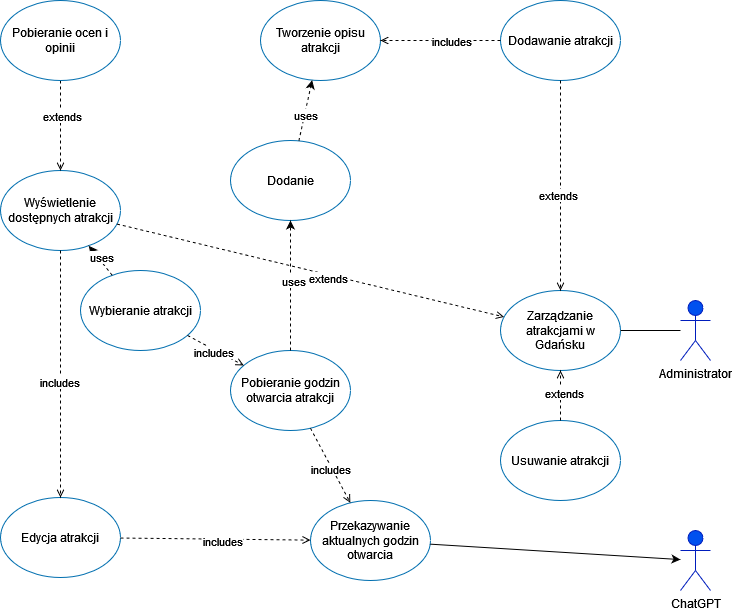
EngineerDiplomaTeam/city-map-planner keeps this draw.io diagram as Documentation/attachments/admin.png. Above is the earlier version. Source tidied: cells renumbered, new cells last; positions are measured from the earlier drawing's top-left corner, leaving out a move shared by most shapes.
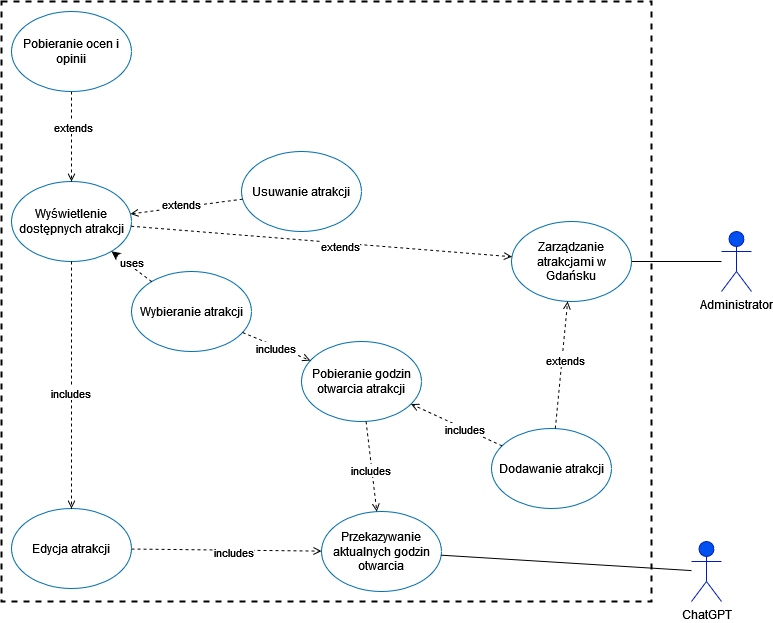
Above is the later version.

The edit, as a diff of the source:
```diff
@@ -3,10 +3,10 @@
     <mxCell id="0" />
     <mxCell id="1" parent="0" />
     <mxCell id="2" value="Administrator" style="shape=umlActor;verticalLabelPosition=bottom;verticalAlign=top;html=1;outlineConnect=0;fillColor=#0050ef;fontColor=#000000;strokeColor=#001DBC;" parent="1" vertex="1">
-      <mxGeometry x="680" y="300" width="30" height="60" as="geometry" />
+      <mxGeometry x="710" y="220" width="30" height="60" as="geometry" />
     </mxCell>
     <mxCell id="3" value="&lt;font color=&quot;#000000&quot;&gt;Zarządzanie atrakcjami w Gdańsku&lt;/font&gt;" style="ellipse;whiteSpace=wrap;html=1;fillColor=none;fontColor=default;strokeColor=#006EAF;labelBackgroundColor=none;labelBorderColor=none;labelPosition=center;verticalLabelPosition=middle;align=center;verticalAlign=middle;" parent="1" vertex="1">
-      <mxGeometry x="500" y="290" width="120" height="80" as="geometry" />
+      <mxGeometry x="500" y="210" width="120" height="80" as="geometry" />
     </mxCell>
     <mxCell id="4" style="endArrow=none;html=1;rounded=0;strokeColor=#000000;endFill=0;" parent="1" edge="1" source="2" target="3">
       <mxGeometry relative="1" as="geometry" />
@@ -23,18 +23,18 @@
       </mxGeometry>
     </mxCell>
     <mxCell id="8" value="&lt;font color=&quot;#000000&quot;&gt;Pobieranie godzin otwarcia atrakcji&lt;br&gt;&lt;/font&gt;" style="ellipse;whiteSpace=wrap;html=1;fillColor=none;fontColor=default;strokeColor=#006EAF;labelBackgroundColor=none;labelBorderColor=none;labelPosition=center;verticalLabelPosition=middle;align=center;verticalAlign=middle;" parent="1" vertex="1">
-      <mxGeometry x="230" y="350" width="120" height="80" as="geometry" />
+      <mxGeometry x="290" y="330" width="120" height="80" as="geometry" />
     </mxCell>
     <mxCell id="9" value="&lt;font color=&quot;#000000&quot;&gt;Dodawanie atrakcji&lt;/font&gt;" style="ellipse;whiteSpace=wrap;html=1;fillColor=none;fontColor=default;strokeColor=#006EAF;labelBackgroundColor=none;labelBorderColor=none;labelPosition=center;verticalLabelPosition=middle;align=center;verticalAlign=middle;" parent="1" vertex="1">
-      <mxGeometry x="500" width="120" height="80" as="geometry" />
+      <mxGeometry x="480" y="417" width="120" height="80" as="geometry" />
     </mxCell>
     <mxCell id="10" value="&lt;font color=&quot;#000000&quot;&gt;Usuwanie atrakcji&lt;/font&gt;" style="ellipse;whiteSpace=wrap;html=1;fillColor=none;fontColor=default;strokeColor=#006EAF;labelBackgroundColor=none;labelBorderColor=none;labelPosition=center;verticalLabelPosition=middle;align=center;verticalAlign=middle;" parent="1" vertex="1">
-      <mxGeometry x="500" y="420" width="120" height="80" as="geometry" />
+      <mxGeometry x="230" y="140" width="120" height="80" as="geometry" />
     </mxCell>
     <mxCell id="11" value="&lt;font color=&quot;#000000&quot;&gt;Edycja atrakcji&lt;/font&gt;" style="ellipse;whiteSpace=wrap;html=1;fillColor=none;fontColor=default;strokeColor=#006EAF;labelBackgroundColor=none;labelBorderColor=none;labelPosition=center;verticalLabelPosition=middle;align=center;verticalAlign=middle;" parent="1" vertex="1">
       <mxGeometry y="497" width="120" height="80" as="geometry" />
     </mxCell>
-    <mxCell id="12" style="endArrow=open;html=1;rounded=0;strokeColor=#000000;endFill=0;dashed=1;" parent="1" edge="1" source="10" target="3">
+    <mxCell id="12" style="endArrow=open;html=1;rounded=0;strokeColor=#000000;endFill=0;dashed=1;" parent="1" edge="1" source="10" target="5">
       <mxGeometry relative="1" as="geometry" />
     </mxCell>
     <mxCell id="13" value="extends" style="edgeLabel;html=1;align=center;verticalAlign=middle;" parent="12" vertex="1">
@@ -56,7 +56,7 @@
       <mxGeometry width="120" height="80" as="geometry" />
     </mxCell>
     <mxCell id="19" value="&lt;font color=&quot;#000000&quot;&gt;Wybieranie atrakcji&lt;/font&gt;" style="ellipse;whiteSpace=wrap;html=1;fillColor=none;fontColor=default;strokeColor=#006EAF;labelBackgroundColor=none;labelBorderColor=none;labelPosition=center;verticalLabelPosition=middle;align=center;verticalAlign=middle;" parent="1" vertex="1">
-      <mxGeometry x="80" y="270" width="120" height="80" as="geometry" />
+      <mxGeometry x="120" y="260" width="120" height="80" as="geometry" />
     </mxCell>
     <mxCell id="20" style="endArrow=classic;html=1;rounded=0;strokeColor=#000000;endFill=1;dashed=1;" parent="1" edge="1" source="19" target="5">
       <mxGeometry relative="1" as="geometry" />
@@ -64,31 +64,13 @@
     <mxCell id="21" value="uses" style="edgeLabel;html=1;align=center;verticalAlign=middle;" parent="20" vertex="1">
       <mxGeometry x="0.12" y="-3" relative="1" as="geometry" />
     </mxCell>
-    <mxCell id="22" value="&lt;font color=&quot;#000000&quot;&gt;Tworzenie opisu atrakcji&lt;/font&gt;" style="ellipse;whiteSpace=wrap;html=1;fillColor=none;fontColor=default;strokeColor=#006EAF;labelBackgroundColor=none;labelBorderColor=none;labelPosition=center;verticalLabelPosition=middle;align=center;verticalAlign=middle;" parent="1" vertex="1">
-      <mxGeometry x="260" width="120" height="80" as="geometry" />
-    </mxCell>
-    <mxCell id="23" value="Dodanie" style="ellipse;whiteSpace=wrap;html=1;fillColor=none;fontColor=default;strokeColor=#006EAF;labelBackgroundColor=none;labelBorderColor=none;labelPosition=center;verticalLabelPosition=middle;align=center;verticalAlign=middle;" parent="1" vertex="1">
-      <mxGeometry x="230" y="140" width="120" height="80" as="geometry" />
-    </mxCell>
-    <mxCell id="24" style="endArrow=classic;html=1;rounded=0;strokeColor=#000000;endFill=1;dashed=1;" parent="1" edge="1" source="23" target="22">
-      <mxGeometry relative="1" as="geometry" />
-    </mxCell>
-    <mxCell id="25" value="uses" style="edgeLabel;html=1;align=center;verticalAlign=middle;" parent="24" vertex="1">
-      <mxGeometry x="-0.17" y="-1" relative="1" as="geometry" />
-    </mxCell>
     <mxCell id="26" style="endArrow=open;html=1;rounded=0;strokeColor=#000000;endFill=0;dashed=1;" parent="1" edge="1" source="19" target="8">
       <mxGeometry relative="1" as="geometry" />
     </mxCell>
     <mxCell id="27" value="includes" style="edgeLabel;html=1;align=center;verticalAlign=middle;" parent="26" vertex="1">
       <mxGeometry x="-0.03" y="-2" relative="1" as="geometry" />
     </mxCell>
-    <mxCell id="28" style="endArrow=classic;html=1;rounded=0;strokeColor=#000000;endFill=1;dashed=1;" parent="1" edge="1" source="8" target="23">
-      <mxGeometry relative="1" as="geometry" />
-    </mxCell>
-    <mxCell id="29" value="uses" style="edgeLabel;html=1;align=center;verticalAlign=middle;" parent="28" vertex="1">
-      <mxGeometry x="0.08" y="-2" relative="1" as="geometry" />
-    </mxCell>
-    <mxCell id="30" style="endArrow=open;html=1;rounded=0;strokeColor=#000000;endFill=0;dashed=1;" parent="1" edge="1" source="9" target="22">
+    <mxCell id="30" style="endArrow=open;html=1;rounded=0;strokeColor=#000000;endFill=0;dashed=1;" parent="1" edge="1" source="9" target="8">
       <mxGeometry relative="1" as="geometry" />
     </mxCell>
     <mxCell id="31" value="includes" style="edgeLabel;html=1;align=center;verticalAlign=middle;" parent="30" vertex="1">
@@ -102,9 +84,6 @@
     <mxCell id="33" value="Przekazywanie&lt;br&gt;aktualnych godzin otwarcia" style="ellipse;whiteSpace=wrap;html=1;fillColor=none;fontColor=default;strokeColor=#006EAF;labelBackgroundColor=none;labelBorderColor=none;labelPosition=center;verticalLabelPosition=middle;align=center;verticalAlign=middle;" parent="1" vertex="1">
       <mxGeometry x="310" y="500" width="120" height="80" as="geometry" />
     </mxCell>
-    <mxCell id="34" style="endArrow=classic;html=1;rounded=0;" parent="1" edge="1" source="33" target="32">
-      <mxGeometry relative="1" as="geometry" />
-    </mxCell>
     <mxCell id="35" style="endArrow=open;html=1;rounded=0;strokeColor=#000000;endFill=0;dashed=1;" parent="1" edge="1" source="11" target="33">
       <mxGeometry relative="1" as="geometry" />
     </mxCell>
@@ -123,5 +102,11 @@
     <mxCell id="40" value="includes" style="edgeLabel;html=1;align=center;verticalAlign=middle;" parent="39" vertex="1">
       <mxGeometry x="0.07" y="-2" relative="1" as="geometry" />
     </mxCell>
+    <mxCell id="41" style="rounded=0;whiteSpace=wrap;html=1;fillColor=none;strokeWidth=2;dashed=1;" parent="1" vertex="1">
+      <mxGeometry x="-10" y="-10" width="650" height="600" as="geometry" />
+    </mxCell>
+    <mxCell id="42" style="endArrow=none;html=1;rounded=0;strokeColor=#000000;endFill=0;" parent="1" edge="1" source="32" target="33">
+      <mxGeometry relative="1" as="geometry" />
+    </mxCell>
   </root>
 </mxGraphModel>
```
